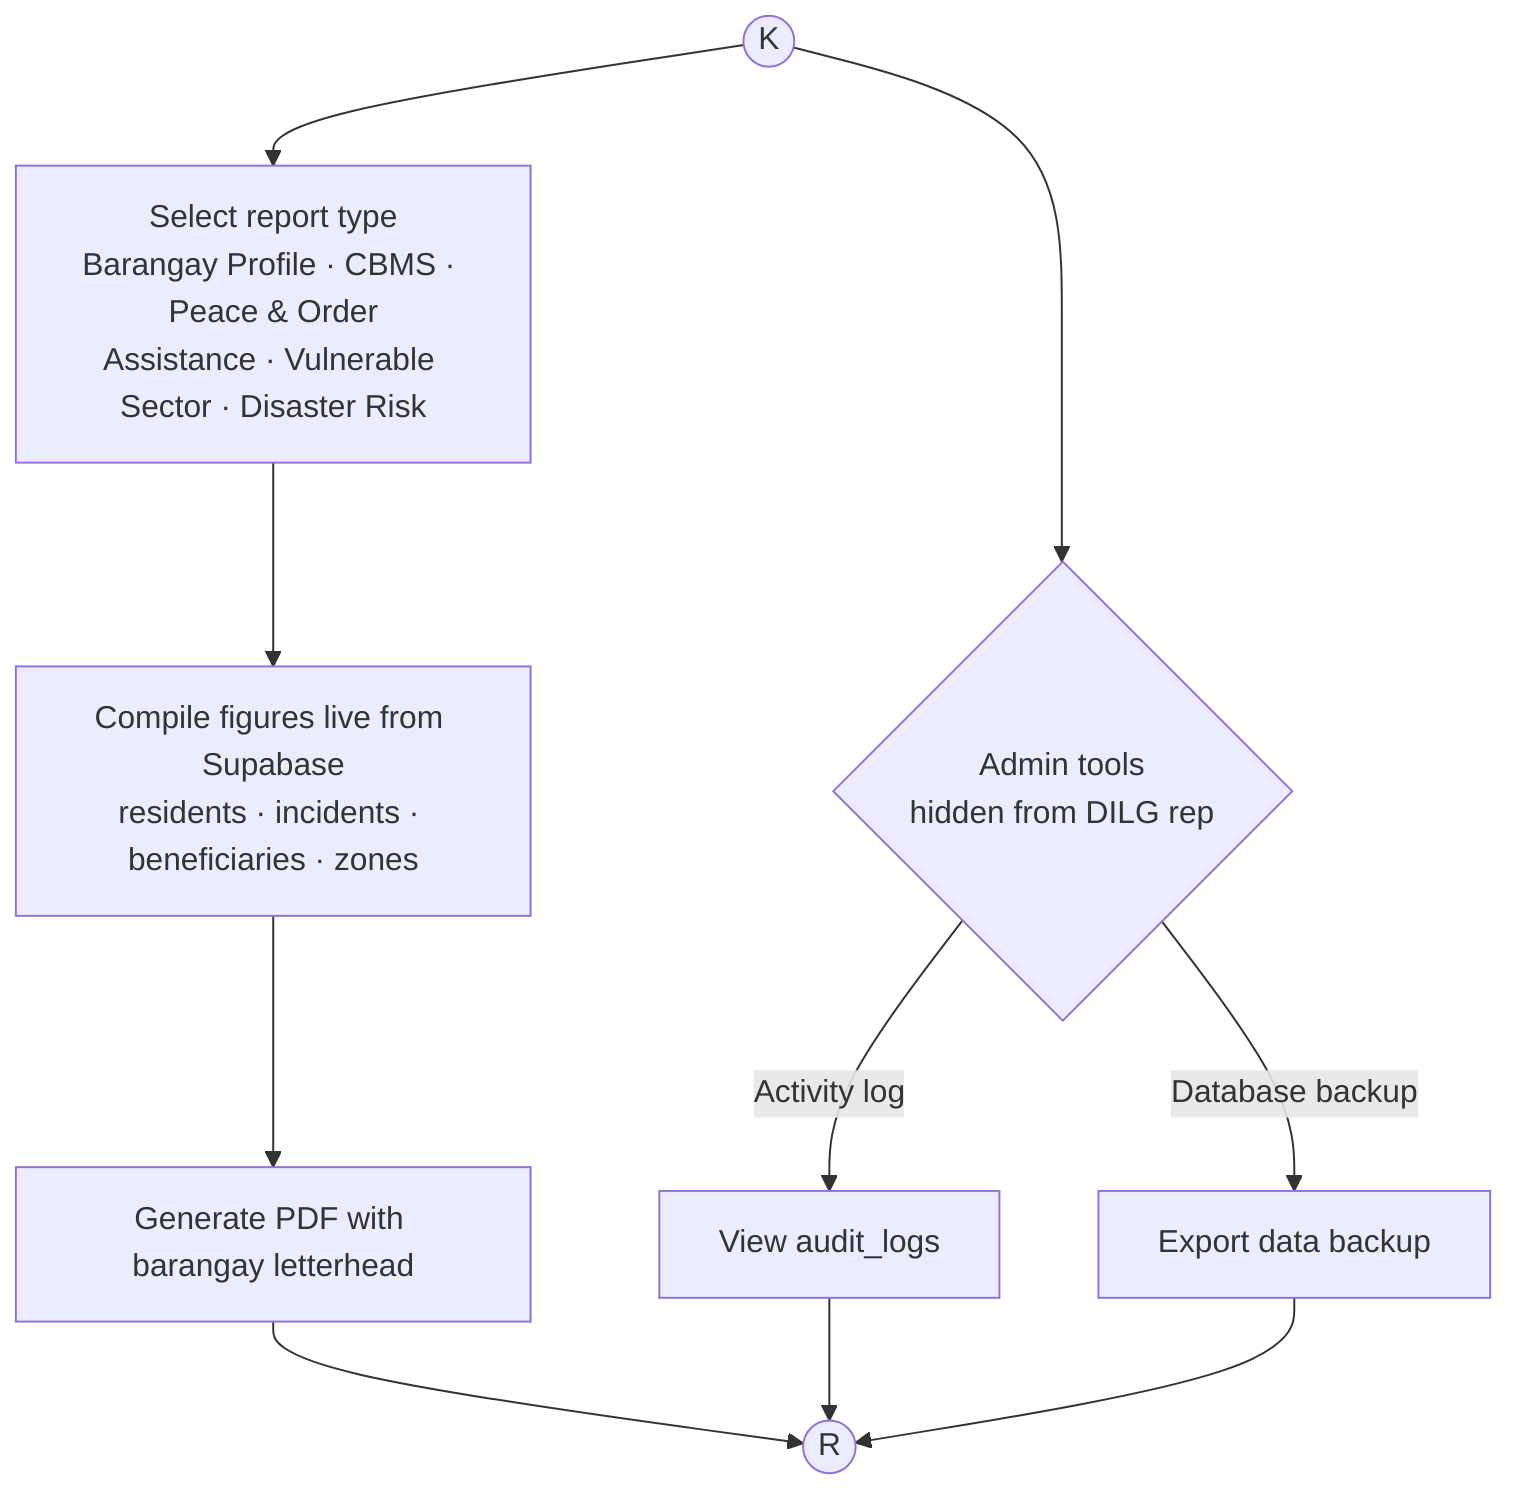
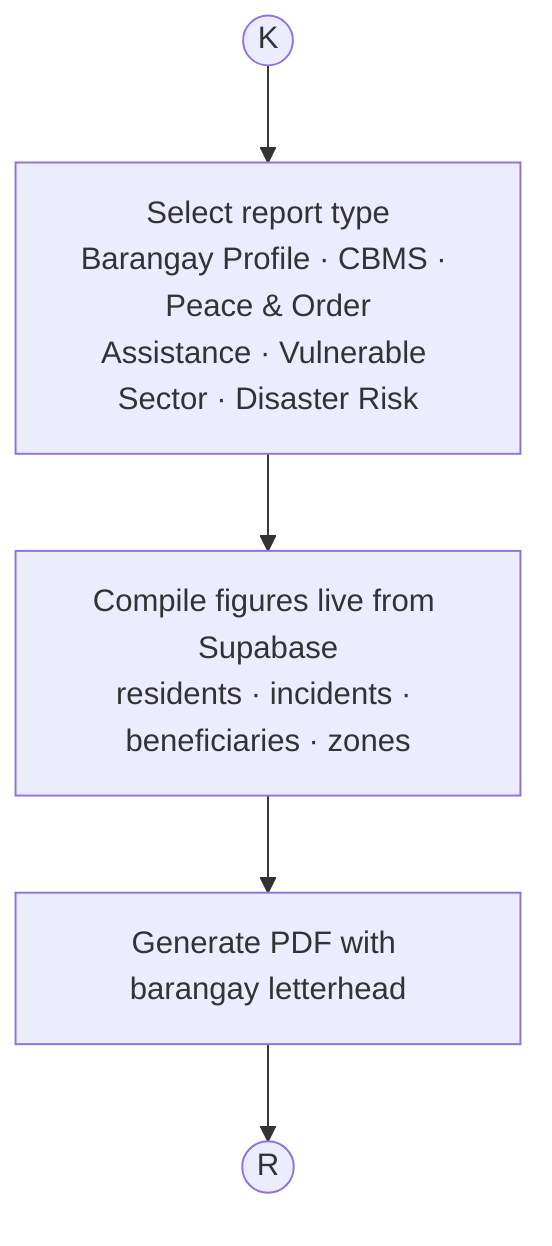
flowchart TD
    K((K)) --> Pick[Select report type<br/>Barangay Profile · CBMS · Peace & Order<br/>Assistance · Vulnerable Sector · Disaster Risk]
    Pick --> Compile[Compile figures live from Supabase<br/>residents · incidents · beneficiaries · zones]
    Compile --> PDF[Generate PDF with barangay letterhead]
    PDF --> R((R))
- 
-     K --> Admin{Admin tools<br/>hidden from DILG rep}
-     Admin -- Activity log --> AuditView[View audit_logs]
-     Admin -- Database backup --> Backup[Export data backup]
-     AuditView --> R
-     Backup --> R
